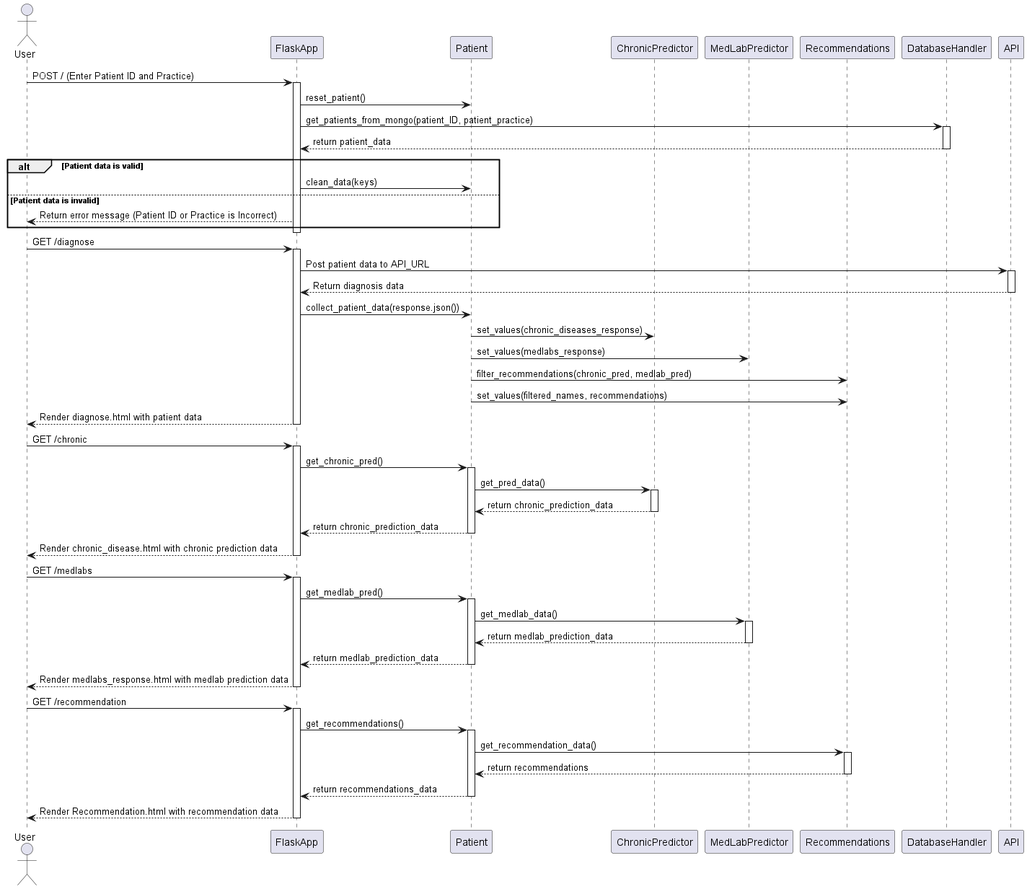
Above: out/sequencediagram/sequencediagram.png in abdulhadikhadim/Web-App-To-Demonstrate-Exisiting-ML-Models-in-Unison (PlantUML), before the change.
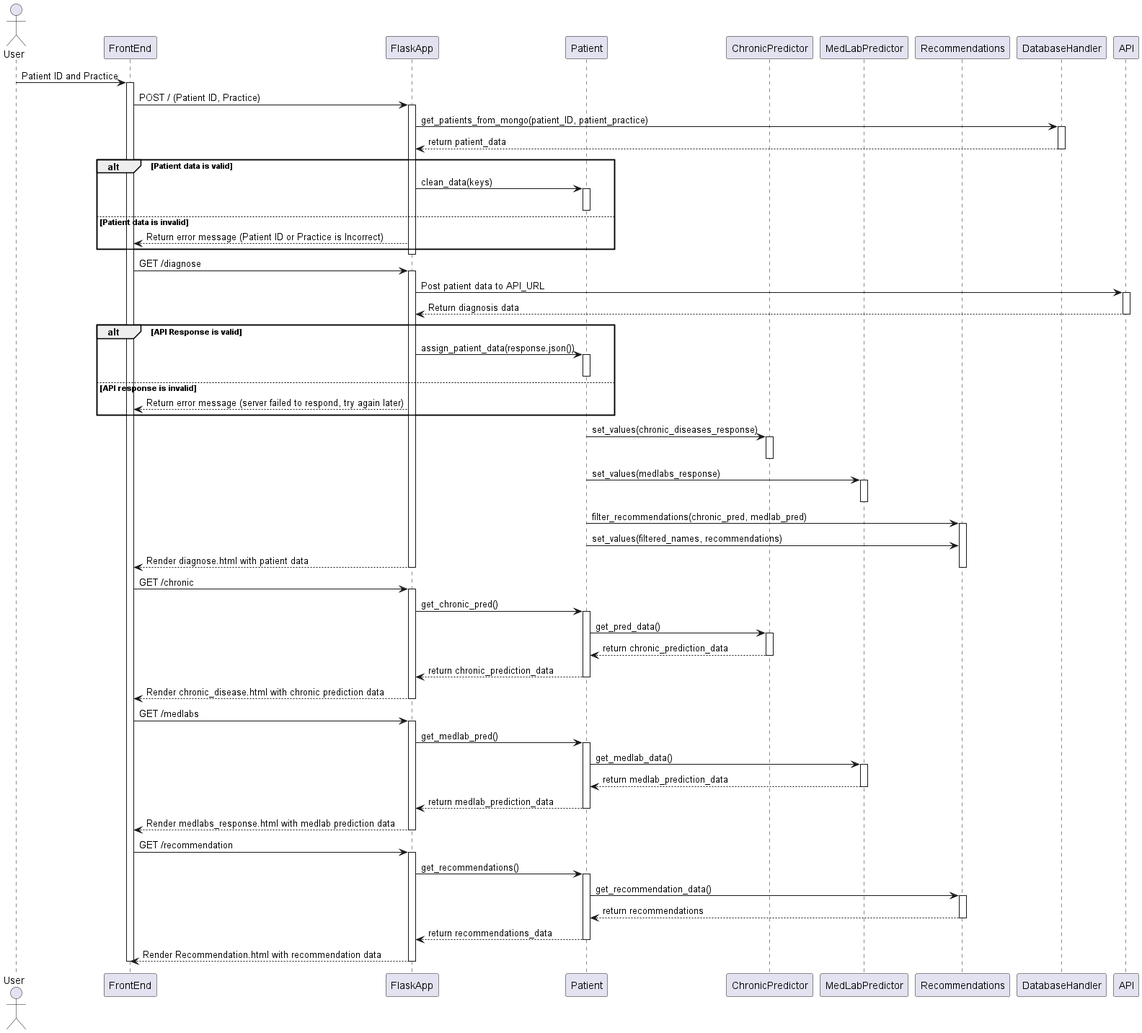
After the commit.

Diff of the diagram source:
```diff
@@ -1,6 +1,7 @@
 @startuml
 actor User
 
+participant "FrontEnd" as FE
 participant "FlaskApp" as Flask
 participant "Patient" as Patient
 participant "ChronicPredictor" as ChronicPredictor
@@ -9,9 +10,12 @@
 participant "DatabaseHandler" as Database
 participant "API" as API
 
-User -> Flask: POST / (Enter Patient ID and Practice)
+User -> FE: Patient ID and Practice
+activate FE
+FE-> Flask: POST / (Patient ID, Practice)
+
 activate Flask
-Flask -> Patient: reset_patient()
+
 Flask -> Database: get_patients_from_mongo(patient_ID, patient_practice)
 activate Database
 Database --> Flask: return patient_data
@@ -20,26 +24,40 @@
 
 alt Patient data is valid
    Flask -> Patient: clean_data(keys)
+   activate Patient
+   deactivate Patient
 else Patient data is invalid
-    Flask --> User: Return error message (Patient ID or Practice is Incorrect)
+    Flask --> FE: Return error message (Patient ID or Practice is Incorrect)
 end
 deactivate Flask
 
-User -> Flask: GET /diagnose
+FE -> Flask: GET /diagnose
 activate Flask
 Flask -> API: Post patient data to API_URL
 activate API
 API --> Flask: Return diagnosis data
 deactivate API
-Flask -> Patient: collect_patient_data(response.json())
+alt API Response is valid
+    Flask -> Patient: assign_patient_data(response.json())
+    activate Patient
+    deactivate Patient
+else API response is invalid
+    Flask --> FE: Return error message (server failed to respond, try again later)
+end
 Patient -> ChronicPredictor: set_values(chronic_diseases_response)
+activate ChronicPredictor
+deactivate ChronicPredictor
 Patient -> MedLabPredictor: set_values(medlabs_response)
+activate MedLabPredictor
+deactivate MedLabPredictor
 Patient -> Recommendations: filter_recommendations(chronic_pred, medlab_pred)
+activate Recommendations
 Patient -> Recommendations: set_values(filtered_names, recommendations)
-Flask --> User: Render diagnose.html with patient data
+Flask --> FE: Render diagnose.html with patient data
+deactivate Recommendations
 deactivate Flask
 
-User -> Flask: GET /chronic
+FE -> Flask: GET /chronic
 activate Flask
 Flask -> Patient: get_chronic_pred()
 activate Patient
@@ -49,10 +67,10 @@
 deactivate ChronicPredictor
 Patient --> Flask: return chronic_prediction_data
 deactivate Patient
-Flask --> User: Render chronic_disease.html with chronic prediction data
+Flask --> FE: Render chronic_disease.html with chronic prediction data
 deactivate Flask
 
-User -> Flask: GET /medlabs
+FE -> Flask: GET /medlabs
 activate Flask
 Flask -> Patient: get_medlab_pred()
 activate Patient
@@ -62,10 +80,10 @@
 deactivate MedLabPredictor
 Patient --> Flask : return medlab_prediction_data
 deactivate Patient
-Flask --> User: Render medlabs_response.html with medlab prediction data
+Flask --> FE: Render medlabs_response.html with medlab prediction data
 deactivate Flask
 
-User -> Flask: GET /recommendation
+FE -> Flask: GET /recommendation
 activate Flask
 Flask -> Patient: get_recommendations()
 activate Patient
@@ -75,7 +93,7 @@
 deactivate Recommendations
 Patient --> Flask : return recommendations_data
 deactivate Patient
-Flask --> User: Render Recommendation.html with recommendation data
+Flask --> FE: Render Recommendation.html with recommendation data
 deactivate Flask
-
+deactivate FE
 @enduml
```
